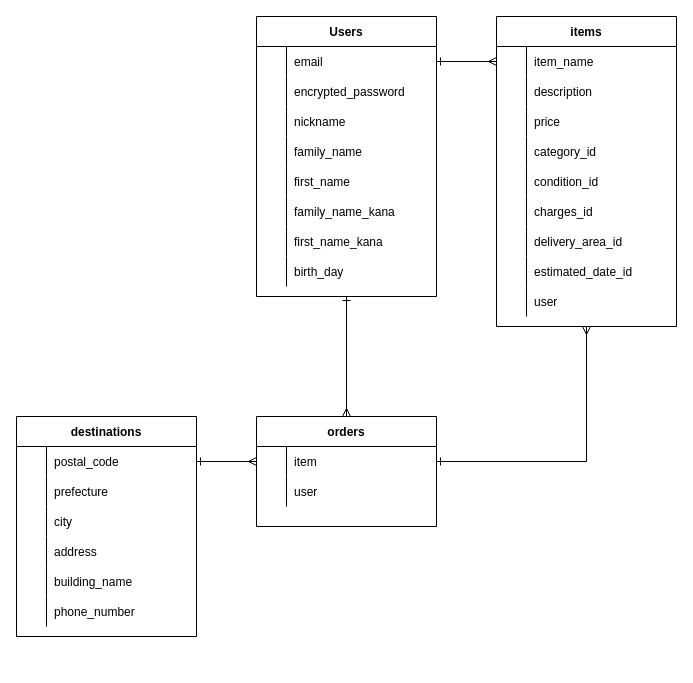
Earlier version of the draw.io diagram ER.dio (Hiromu-Sakamoto/furima-34500). Source tidied: cells renumbered, new cells numbered last; positions are measured from the earlier drawing's top-left corner, leaving out a move shared by most shapes. Both pictures are drawn from the tidied source at 100%, with x=0, y=0 at pixel (16, 16).
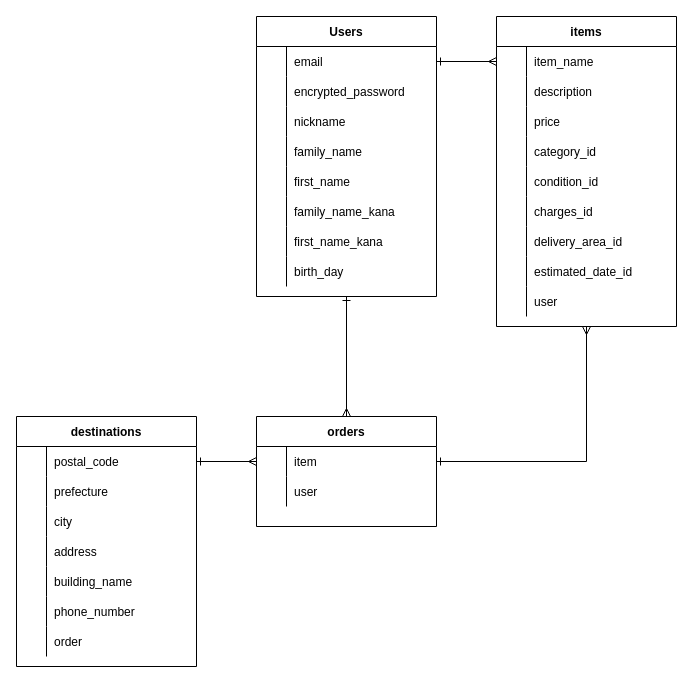
The same diagram, later.

Commit message (it also covers changes not shown here):
データベース設計_修正6回目

Change to the diagram source:
```diff
@@
     <mxCell id="63" value="destinations" style="shape=table;startSize=30;childLayout=tableLayout;rowLines=0;fontStyle=1;align=center;" parent="1" vertex="1">
-      <mxGeometry y="400" width="180" height="220" as="geometry" />
+      <mxGeometry y="400" width="180" height="250" as="geometry" />
     </mxCell>
@@
+    <mxCell id="85" style="shape=partialRectangle;fillColor=none;top=0;left=0;bottom=0;right=0;" parent="63" vertex="1">
+      <mxGeometry y="210" width="180" height="30" as="geometry" />
+    </mxCell>
+    <mxCell id="86" style="shape=partialRectangle;fillColor=none;top=0;left=0;bottom=0;right=0;overflow=hidden;" parent="85" vertex="1">
+      <mxGeometry width="30" height="30" as="geometry" />
+    </mxCell>
+    <mxCell id="87" value="order" style="shape=partialRectangle;fillColor=none;top=0;left=0;bottom=0;right=0;align=left;spacingLeft=6;overflow=hidden;" parent="85" vertex="1">
+      <mxGeometry x="30" width="150" height="30" as="geometry" />
+    </mxCell>
```
